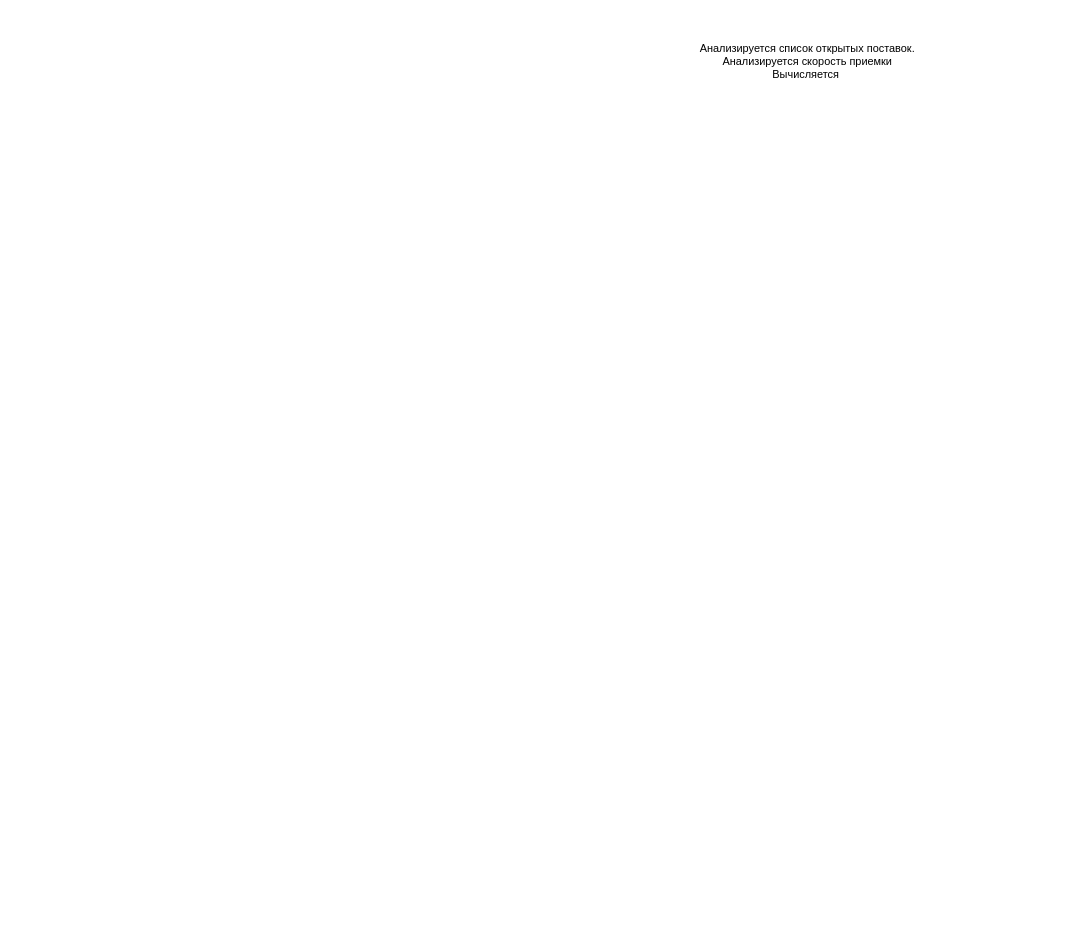
The draw.io diagram общая схема тарификатора.drawio in AntonKoltsov85/Schemes, before the edit. Source tidied: cells renumbered, new cells numbered last; positions are measured from the earlier drawing's top-left corner, leaving out a move shared by most shapes. Both pictures are drawn from the tidied source at 91%, with x=0, y=0 at pixel (680, 15).
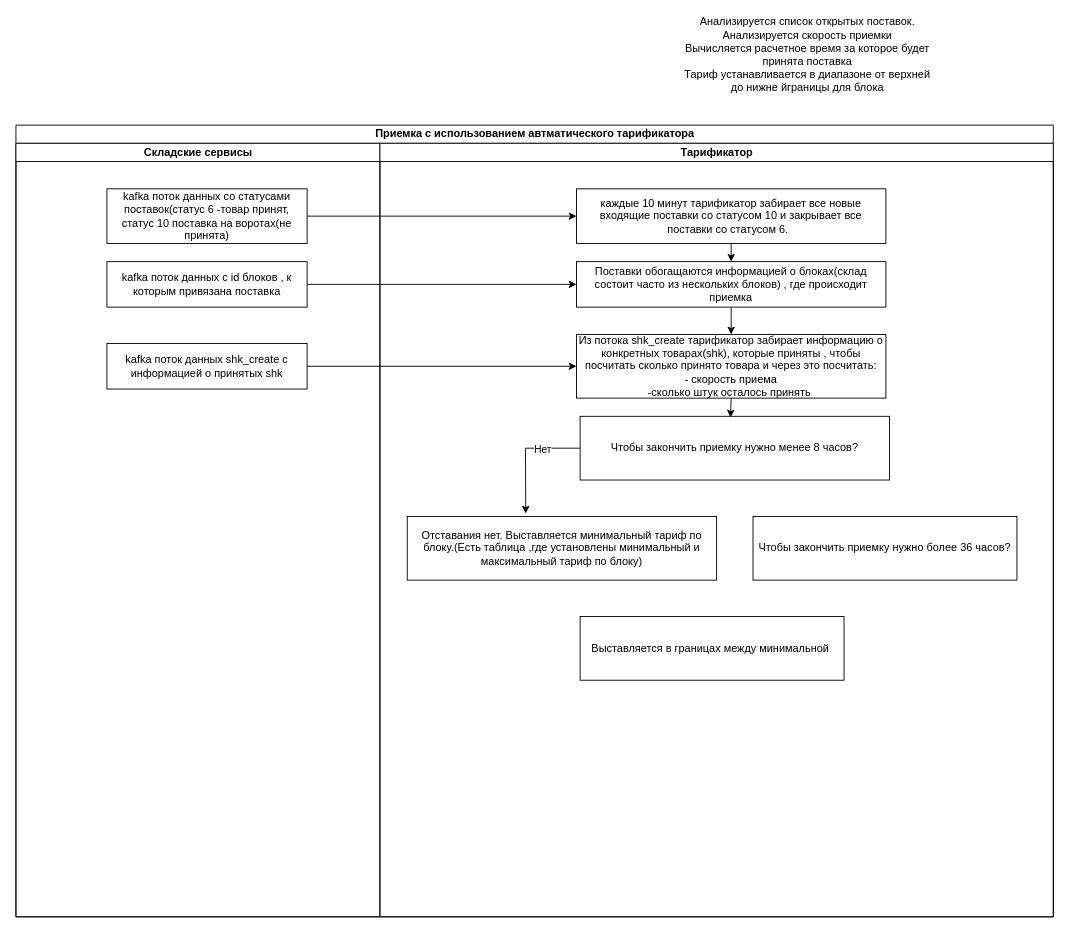
After the change.

What changed in the source:
```diff
@@
-    <mxCell id="2" value="Анализируется список открытых поставок.&lt;div&gt;Анализируется скорость приемки&lt;/div&gt;&lt;div&gt;Вычисляется&amp;nbsp;&lt;/div&gt;" style="text;html=1;align=center;verticalAlign=middle;whiteSpace=wrap;rounded=0;" parent="1" vertex="1">
+    <mxCell id="2" value="Анализируется список открытых поставок.&lt;div&gt;Анализируется скорость приемки&lt;/div&gt;&lt;div&gt;Вычисляется расчетное время за которое будет принята поставка&lt;/div&gt;&lt;div&gt;Тариф устанавливается в диапазоне от верхней до нижне йграницы для блока&lt;/div&gt;&lt;div&gt;&lt;br&gt;&lt;/div&gt;" style="text;html=1;align=center;verticalAlign=middle;whiteSpace=wrap;rounded=0;" parent="1" vertex="1">
       <mxGeometry width="280" height="100" as="geometry" />
     </mxCell>
+    <mxCell id="3" value="Приемка с использованием автматического тарификатора" style="swimlane;startSize=20;html=1;" parent="1" vertex="1">
+      <mxGeometry x="-730" y="120" width="1140" height="870" as="geometry" />
+    </mxCell>
+    <mxCell id="4" value="Складские сервисы" style="swimlane;startSize=20;html=1;" parent="3" vertex="1">
+      <mxGeometry y="20" width="400" height="850" as="geometry" />
+    </mxCell>
+    <mxCell id="5" value="kafka поток данных со статусами поставок(статус 6 -товар принят,&lt;div&gt;статус 10 поставка на воротах(не принята)&lt;/div&gt;" style="html=1;dashed=0;whiteSpace=wrap;" parent="4" vertex="1">
+      <mxGeometry x="100" y="50" width="220" height="60" as="geometry" />
+    </mxCell>
+    <mxCell id="6" value="kafka поток данных с id блоков , к которым привязана поставка" style="html=1;dashed=0;whiteSpace=wrap;" parent="4" vertex="1">
+      <mxGeometry x="100" y="130" width="220" height="50" as="geometry" />
+    </mxCell>
+    <mxCell id="7" value="kafka поток данных shk_create с информацией о принятых shk" style="html=1;dashed=0;whiteSpace=wrap;" parent="4" vertex="1">
+      <mxGeometry x="100" y="220" width="220" height="50" as="geometry" />
+    </mxCell>
+    <mxCell id="8" style="endArrow=classic;html=1;rounded=0;exitX=1;exitY=0.5;exitDx=0;exitDy=0;entryX=0;entryY=0.5;entryDx=0;entryDy=0;" parent="3" edge="1" source="5" target="12">
+      <mxGeometry relative="1" as="geometry" />
+    </mxCell>
+    <mxCell id="9" style="edgeStyle=orthogonalEdgeStyle;rounded=0;jettySize=auto;html=1;exitX=1;exitY=0.5;exitDx=0;exitDy=0;" parent="3" edge="1" source="6" target="13">
+      <mxGeometry relative="1" as="geometry" />
+    </mxCell>
+    <mxCell id="10" style="endArrow=classic;html=1;rounded=0;exitX=1;exitY=0.5;exitDx=0;exitDy=0;entryX=0;entryY=0.5;entryDx=0;entryDy=0;" parent="3" edge="1" source="7" target="15">
+      <mxGeometry relative="1" as="geometry" />
+    </mxCell>
+    <mxCell id="11" value="Тарификатор" style="swimlane;startSize=20;html=1;" parent="3" vertex="1">
+      <mxGeometry x="400" y="20" width="740" height="850" as="geometry" />
+    </mxCell>
+    <mxCell id="12" value="каждые 10 минут тарификатор забирает все новые входящие поставки со статусом 10 и закрывает все поставки со статусом 6.&amp;nbsp;&amp;nbsp;" style="html=1;dashed=0;whiteSpace=wrap;" parent="11" vertex="1">
+      <mxGeometry x="216" y="50" width="340" height="60" as="geometry" />
+    </mxCell>
+    <mxCell id="13" value="Поставки обогащаются информацией о блоках(склад состоит часто из нескольких блоков) , где происходит приемка" style="html=1;dashed=0;whiteSpace=wrap;" parent="11" vertex="1">
+      <mxGeometry x="216" y="130" width="340" height="50" as="geometry" />
+    </mxCell>
+    <mxCell id="14" style="endArrow=classic;html=1;rounded=0;exitX=0.5;exitY=1;exitDx=0;exitDy=0;entryX=0.5;entryY=0;entryDx=0;entryDy=0;" parent="11" edge="1" source="12" target="13">
+      <mxGeometry relative="1" as="geometry" />
+    </mxCell>
+    <mxCell id="15" value="Из потока shk_create тарификатор забирает информацию о конкретных товарах(shk), которые приняты , чтобы посчитать сколько принято товара и через это посчитать:&lt;br&gt;- скорость приема &lt;br&gt;-сколько штук осталось принять&amp;nbsp;" style="html=1;dashed=0;whiteSpace=wrap;" parent="11" vertex="1">
+      <mxGeometry x="216" y="210" width="340" height="70" as="geometry" />
+    </mxCell>
+    <mxCell id="16" style="endArrow=classic;html=1;rounded=0;exitX=0.5;exitY=1;exitDx=0;exitDy=0;" parent="11" edge="1" source="13" target="15">
+      <mxGeometry relative="1" as="geometry" />
+    </mxCell>
+    <mxCell id="17" value="Чтобы закончить приемку нужно менее 8 часов?" style="html=1;dashed=0;whiteSpace=wrap;" parent="11" vertex="1">
+      <mxGeometry x="220" y="300" width="340" height="70" as="geometry" />
+    </mxCell>
+    <mxCell id="18" value="Отставания нет. Выставляется минимальный тариф по блоку.(Есть таблица ,где установлены минимальный и максимальный тариф по блоку)" style="html=1;dashed=0;whiteSpace=wrap;" parent="11" vertex="1">
+      <mxGeometry x="30" y="410" width="340" height="70" as="geometry" />
+    </mxCell>
+    <mxCell id="19" style="endArrow=classic;html=1;rounded=0;exitX=0.5;exitY=1;exitDx=0;exitDy=0;entryX=0.486;entryY=0.018;entryDx=0;entryDy=0;entryPerimeter=0;" parent="11" edge="1" source="15" target="17">
+      <mxGeometry relative="1" as="geometry" />
+    </mxCell>
+    <mxCell id="20" style="endArrow=classic;html=1;rounded=0;exitX=0;exitY=0.5;exitDx=0;exitDy=0;entryX=0.383;entryY=-0.045;entryDx=0;entryDy=0;entryPerimeter=0;" parent="11" edge="1" source="17" target="18">
+      <mxGeometry relative="1" as="geometry">
+        <Array as="points">
+          <mxPoint x="160" y="335" />
+        </Array>
+      </mxGeometry>
+    </mxCell>
+    <mxCell id="21" value="Нет" style="edgeLabel;html=1;align=center;verticalAlign=middle;" parent="20" vertex="1">
+      <mxGeometry x="-0.37" y="1" relative="1" as="geometry" />
+    </mxCell>
+    <mxCell id="22" value="Чтобы закончить приемку нужно более 36 часов?" style="html=1;dashed=0;whiteSpace=wrap;" parent="11" vertex="1">
+      <mxGeometry x="410" y="410" width="290" height="70" as="geometry" />
+    </mxCell>
+    <mxCell id="23" value="Выставляется в границах между минимальной&amp;nbsp;" style="html=1;dashed=0;whiteSpace=wrap;" parent="11" vertex="1">
+      <mxGeometry x="220" y="520" width="290" height="70" as="geometry" />
+    </mxCell>
```
